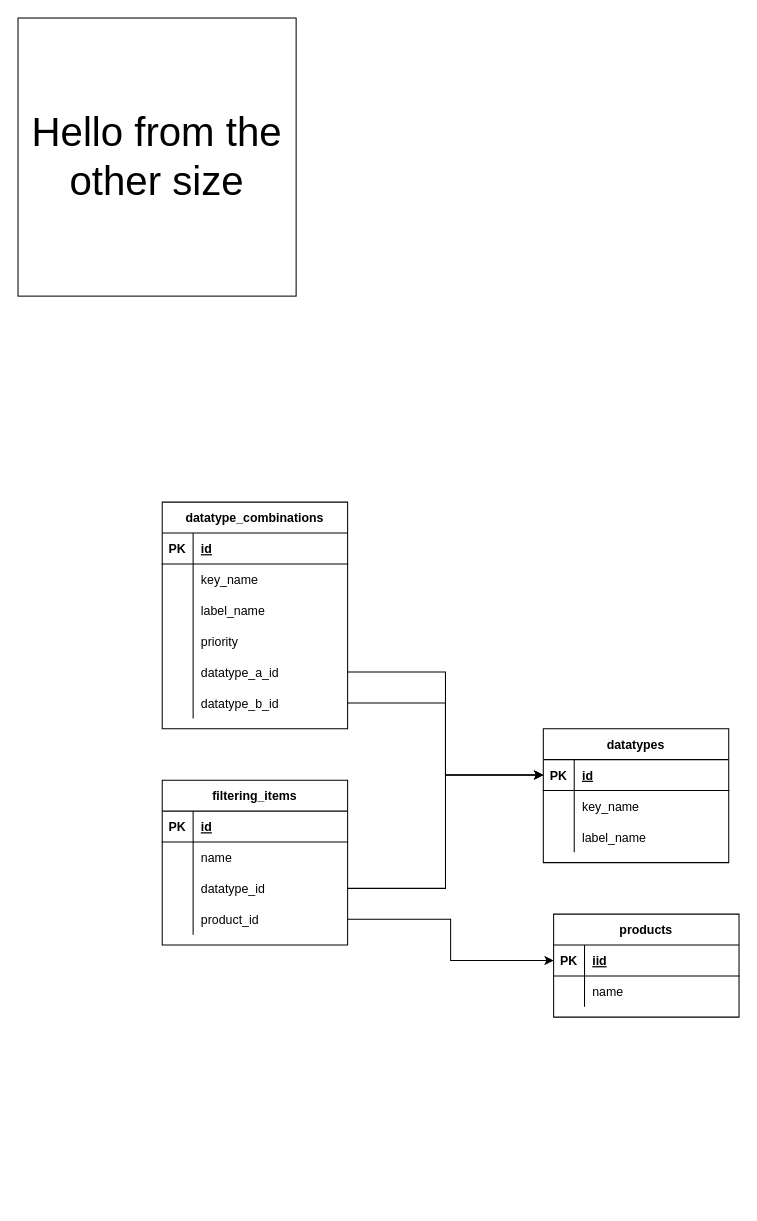
Before: Untitled Diagram.drawio in prangk/cat, a draw.io diagram. Source tidied: cells renumbered, new cells numbered last; positions are measured from the earlier drawing's top-left corner, leaving out a move shared by most shapes. Both pictures are drawn from the tidied source at 103%, with x=0, y=0 at pixel (18, 18).
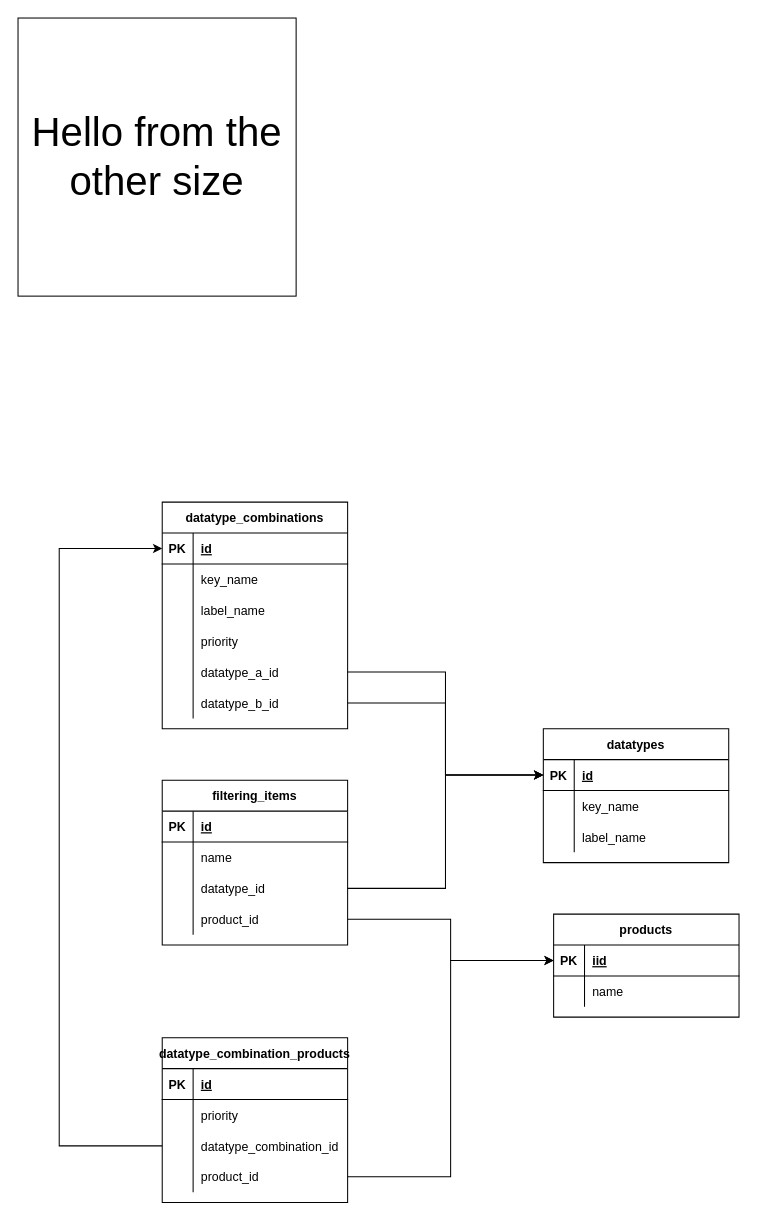
Above is the later version.

The change refers to these unchanged cells:
```xml
<mxCell id="4" style="shape=partialRectangle;fillColor=none;top=0;left=0;bottom=1;right=0;points=[[0,0.5],[1,0.5]];portConstraint=eastwest;" parent="3" vertex="1">
  <mxGeometry y="30" width="180" height="30" as="geometry" />
</mxCell>
<mxCell id="36" style="shape=partialRectangle;fillColor=none;top=0;left=0;bottom=1;right=0;points=[[0,0.5],[1,0.5]];portConstraint=eastwest;" parent="35" vertex="1">
  <mxGeometry y="30" width="180" height="30" as="geometry" />
</mxCell>
```

Diff of the diagram source:
```diff
@@
+    <mxCell id="56" value="datatype_combination_products" style="shape=table;startSize=30;childLayout=tableLayout;rowLines=0;fontStyle=1;align=center;" parent="1" vertex="1">
+      <mxGeometry x="140" y="990" width="180" height="160" as="geometry" />
+    </mxCell>
+    <mxCell id="57" style="shape=partialRectangle;fillColor=none;top=0;left=0;bottom=1;right=0;" parent="56" vertex="1">
+      <mxGeometry y="30" width="180" height="30" as="geometry" />
+    </mxCell>
+    <mxCell id="58" value="PK" style="shape=partialRectangle;fillColor=none;top=0;left=0;bottom=0;right=0;fontStyle=1;overflow=hidden;" parent="57" vertex="1">
+      <mxGeometry width="30" height="30" as="geometry" />
+    </mxCell>
+    <mxCell id="59" value="id" style="shape=partialRectangle;fillColor=none;top=0;left=0;bottom=0;right=0;align=left;spacingLeft=6;fontStyle=5;overflow=hidden;" parent="57" vertex="1">
+      <mxGeometry x="30" width="150" height="30" as="geometry" />
+    </mxCell>
+    <mxCell id="60" style="shape=partialRectangle;fillColor=none;top=0;left=0;bottom=0;right=0;" parent="56" vertex="1">
+      <mxGeometry y="60" width="180" height="30" as="geometry" />
+    </mxCell>
+    <mxCell id="61" style="shape=partialRectangle;fillColor=none;top=0;left=0;bottom=0;right=0;overflow=hidden;" parent="60" vertex="1">
+      <mxGeometry width="30" height="30" as="geometry" />
+    </mxCell>
+    <mxCell id="62" value="priority" style="shape=partialRectangle;fillColor=none;top=0;left=0;bottom=0;right=0;align=left;spacingLeft=6;overflow=hidden;" parent="60" vertex="1">
+      <mxGeometry x="30" width="150" height="30" as="geometry" />
+    </mxCell>
+    <mxCell id="63" style="shape=partialRectangle;fillColor=none;top=0;left=0;bottom=0;right=0;points=[[0,0.5],[1,0.5]];portConstraint=eastwest;" parent="56" vertex="1">
+      <mxGeometry y="90" width="180" height="30" as="geometry" />
+    </mxCell>
+    <mxCell id="64" style="shape=partialRectangle;fillColor=none;top=0;left=0;bottom=0;right=0;overflow=hidden;" parent="63" vertex="1">
+      <mxGeometry width="30" height="30" as="geometry" />
+    </mxCell>
+    <mxCell id="65" value="datatype_combination_id" style="shape=partialRectangle;fillColor=none;top=0;left=0;bottom=0;right=0;align=left;spacingLeft=6;overflow=hidden;" parent="63" vertex="1">
+      <mxGeometry x="30" width="150" height="30" as="geometry" />
+    </mxCell>
+    <mxCell id="66" style="shape=partialRectangle;fillColor=none;top=0;left=0;bottom=0;right=0;points=[[0,0.5],[1,0.5]];portConstraint=eastwest;" parent="56" vertex="1">
+      <mxGeometry y="120" width="180" height="30" as="geometry" />
+    </mxCell>
+    <mxCell id="67" style="shape=partialRectangle;fillColor=none;top=0;left=0;bottom=0;right=0;overflow=hidden;" parent="66" vertex="1">
+      <mxGeometry width="30" height="30" as="geometry" />
+    </mxCell>
+    <mxCell id="68" value="product_id" style="shape=partialRectangle;fillColor=none;top=0;left=0;bottom=0;right=0;align=left;spacingLeft=6;overflow=hidden;" parent="66" vertex="1">
+      <mxGeometry x="30" width="150" height="30" as="geometry" />
+    </mxCell>
+    <mxCell id="69" style="edgeStyle=orthogonalEdgeStyle;rounded=0;jettySize=auto;html=1;entryX=0;entryY=0.5;entryDx=0;entryDy=0;" parent="1" edge="1" source="66" target="4">
+      <mxGeometry relative="1" as="geometry" />
+    </mxCell>
+    <mxCell id="70" style="edgeStyle=orthogonalEdgeStyle;rounded=0;jettySize=auto;html=1;entryX=0;entryY=0.5;entryDx=0;entryDy=0;" parent="1" edge="1" source="63" target="36">
+      <mxGeometry relative="1" as="geometry">
+        <Array as="points">
+          <mxPoint x="40" y="1095" />
+          <mxPoint x="40" y="515" />
+        </Array>
+      </mxGeometry>
+    </mxCell>
```
